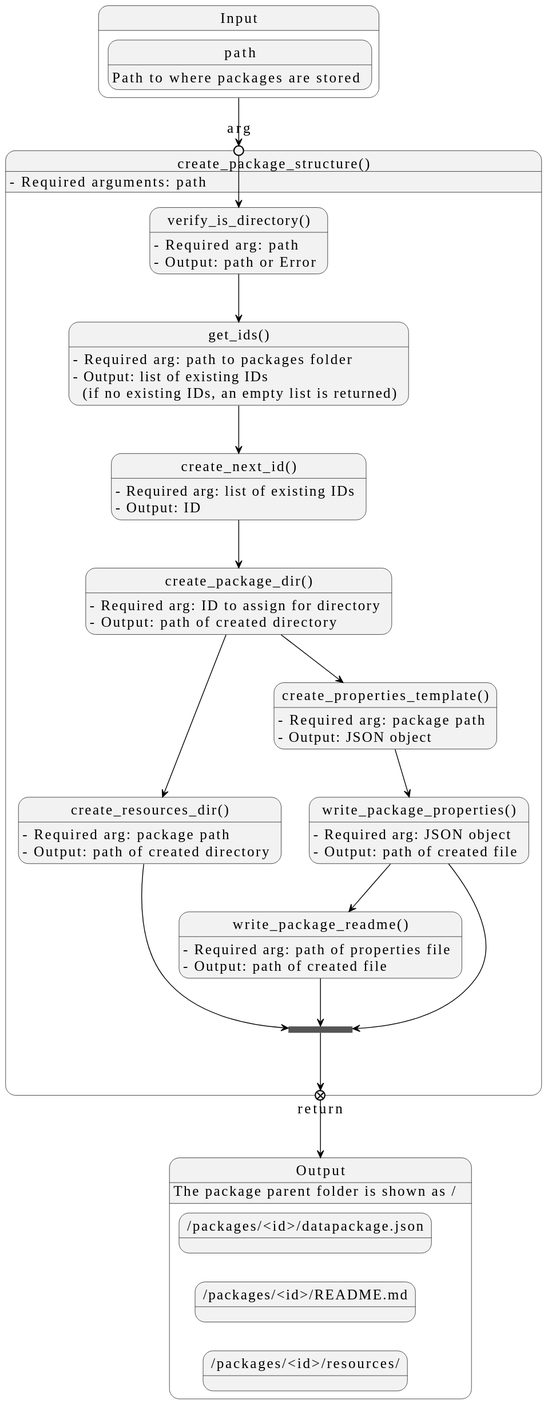
The PlantUML diagram docs/design/images/core-python-functions/create-package-structure.svg in seedcase-project/seedcase-sprout, before a commit.
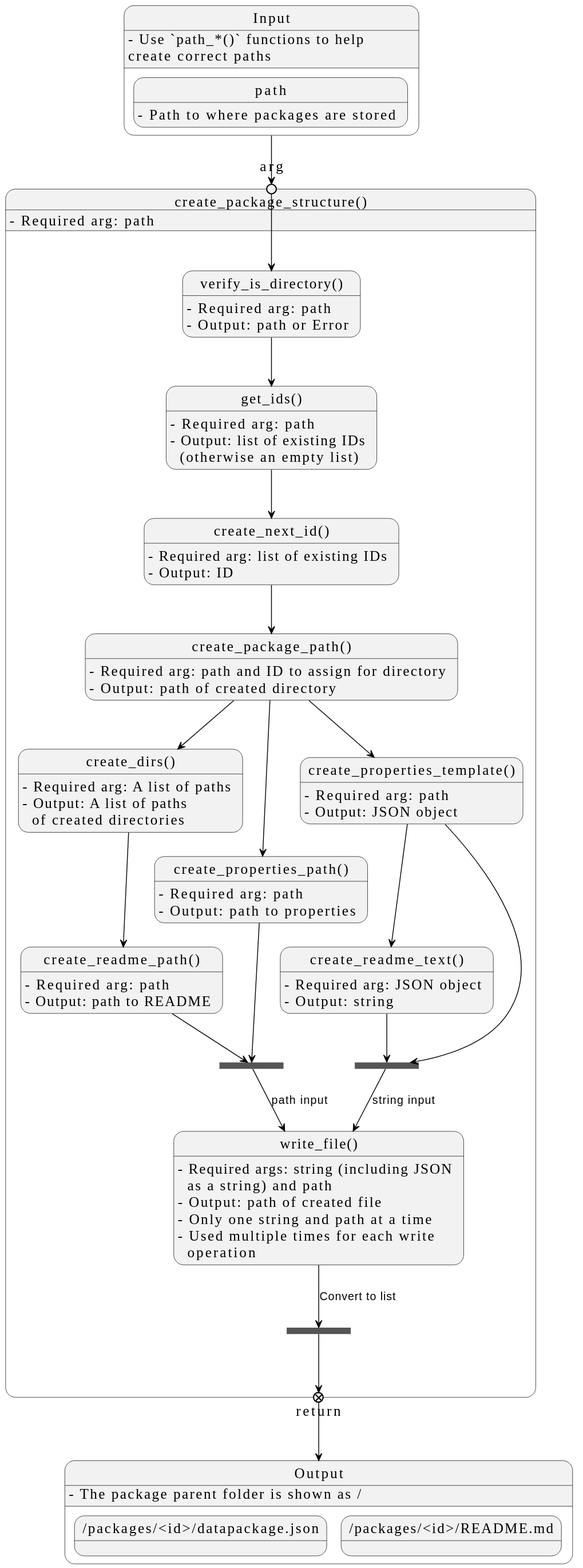
Later version of the same file.

Commit message:
docs: :memo: revisions to diagram based on changes to other diagram

Change to the diagram source:
```diff
@@ -1,24 +1,19 @@
 @startuml
 !theme seedcase from https://raw.githubusercontent.com/seedcase-project/seedcase-theme/main
 
-skinparam StateFontName Fira Code
-
 state "Input" as input {
-  path : Path to where packages are stored
+  input: - Use `path_*()` functions to help\ncreate correct paths
+  path : - Path to where packages are stored
 }
 
 state "Output" as output {
-  output : The package parent folder is shown as /
-  state "/packages/<id>/datapackage.json" as prop_file
+  output : - The package parent folder is shown as /
+  state "/packages/<id>/datapackage.json" as properties_file
   state "/packages/<id>/README.md" as readme
-  state "/packages/<id>/resources/" as rfolder
-
-  prop_file --[hidden]> readme
-  readme --[hidden]> rfolder
 }
 
 state "create_package_structure()" as cps {
-  cps : - Required arguments: path
+  cps : - Required arg: path
 
   state arg <<entryPoint>>
   input --> arg
@@ -29,8 +24,8 @@
   arg --> vid
 
   state "get_ids()" as gi
-  gi : - Required arg: path to packages folder
-  gi : - Output: list of existing IDs\n  (if no existing IDs, an empty list is returned)
+  gi : - Required arg: path
+  gi : - Output: list of existing IDs\n  (otherwise an empty list)
   vid --> gi
 
   state "create_next_id()" as cni
@@ -38,37 +33,56 @@
   cni : - Output: ID
   gi --> cni
 
-  state "create_package_dir()" as cpd
-  cpd : - Required arg: ID to assign for directory
-  cpd : - Output: path of created directory
-  cni --> cpd
+  state "create_package_path()" as cpp
+  cpp : - Required arg: path and ID to assign for directory
+  cpp : - Output: path of created directory
+  cni --> cpp
 
-  state "create_resources_dir()" as crd
-  crd : - Required arg: package path
-  crd : - Output: path of created directory
-  cpd --> crd
+  state "create_dirs()" as cd
+  cd : - Required arg: A list of paths
+  cd : - Output: A list of paths\n  of created directories
+  cpp --> cd
 
   state "create_properties_template()" as cpt
-  cpt : - Required arg: package path
+  cpt : - Required arg: path
   cpt : - Output: JSON object
-  cpd --> cpt
+  cpp --> cpt
 
-  state "write_package_properties()" as wpp
-  wpp : - Required arg: JSON object
-  wpp : - Output: path of created file
-  cpt --> wpp
+  state "create_readme_text()" as crt
+  crt : - Required arg: JSON object
+  crt : - Output: string
+  cpt --> crt
 
-  state "write_package_readme()" as wpr
-  wpr : - Required arg: path of properties file
-  wpr : - Output: path of created file
-  wpp --> wpr
+  state "create_readme_path()" as crp
+  crp : - Required arg: path
+  crp : - Output: path to README
+  cd --> crp
 
-  state join <<join>>
+  state "create_properties_path()" as cprop
+  cprop : - Required arg: path
+  cprop : - Output: path to properties
+  cpp --> cprop
+
+  state "write_file()" as wf
+  wf : - Required args: string (including JSON\n  as a string) and path
+  wf : - Output: path of created file
+  wf : - Only one string and path at a time
+  wf : - Used multiple times for each write\n  operation
+
+  state str_input <<join>>
+  state path_input <<join>>
+  state as_list <<join>>
   state return <<exitPoint>>
-  crd --> join
-  wpp --> join
-  wpr --> join
-  join --> return
+
+  cpt --> str_input
+  crt --> str_input
+  cprop --> path_input
+  crp --> path_input
+  str_input --> wf : string input
+  path_input --> wf : path input
+
+  wf --> as_list : Convert to list
+  as_list --> return
   return --> output
 }
 @enduml
```
